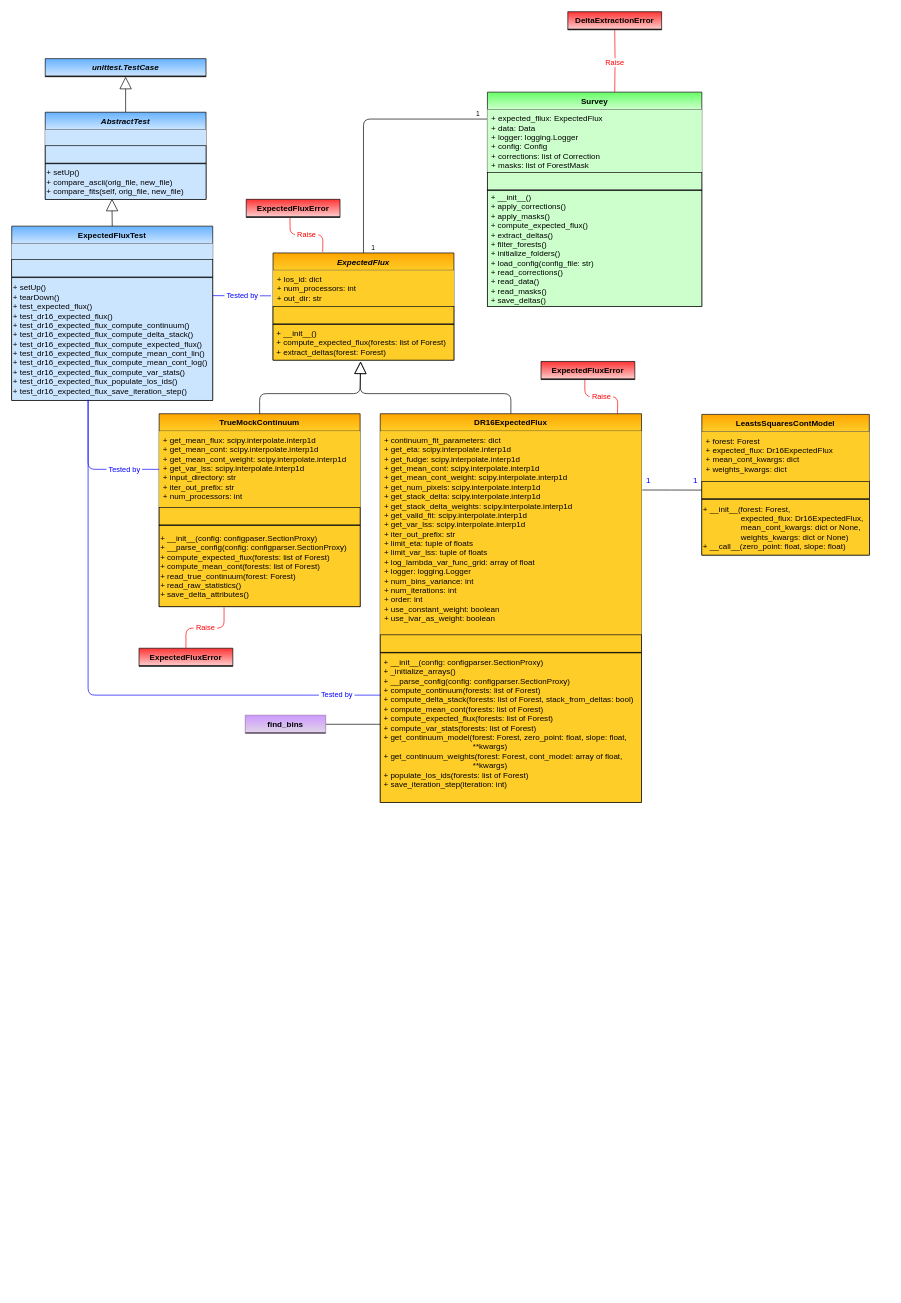
Above: page "ExpectedFlux" (6 of 7) of docs/delta_extraction/data_model/data_model.drawio in igmhub/picca (draw.io), before the change. Source tidied: cells renumbered, new cells numbered last; positions are measured from the earlier drawing's top-left corner, leaving out a move shared by most shapes. Both pictures are drawn from the tidied source at 67%, with x=0, y=0 at pixel (11, 11).
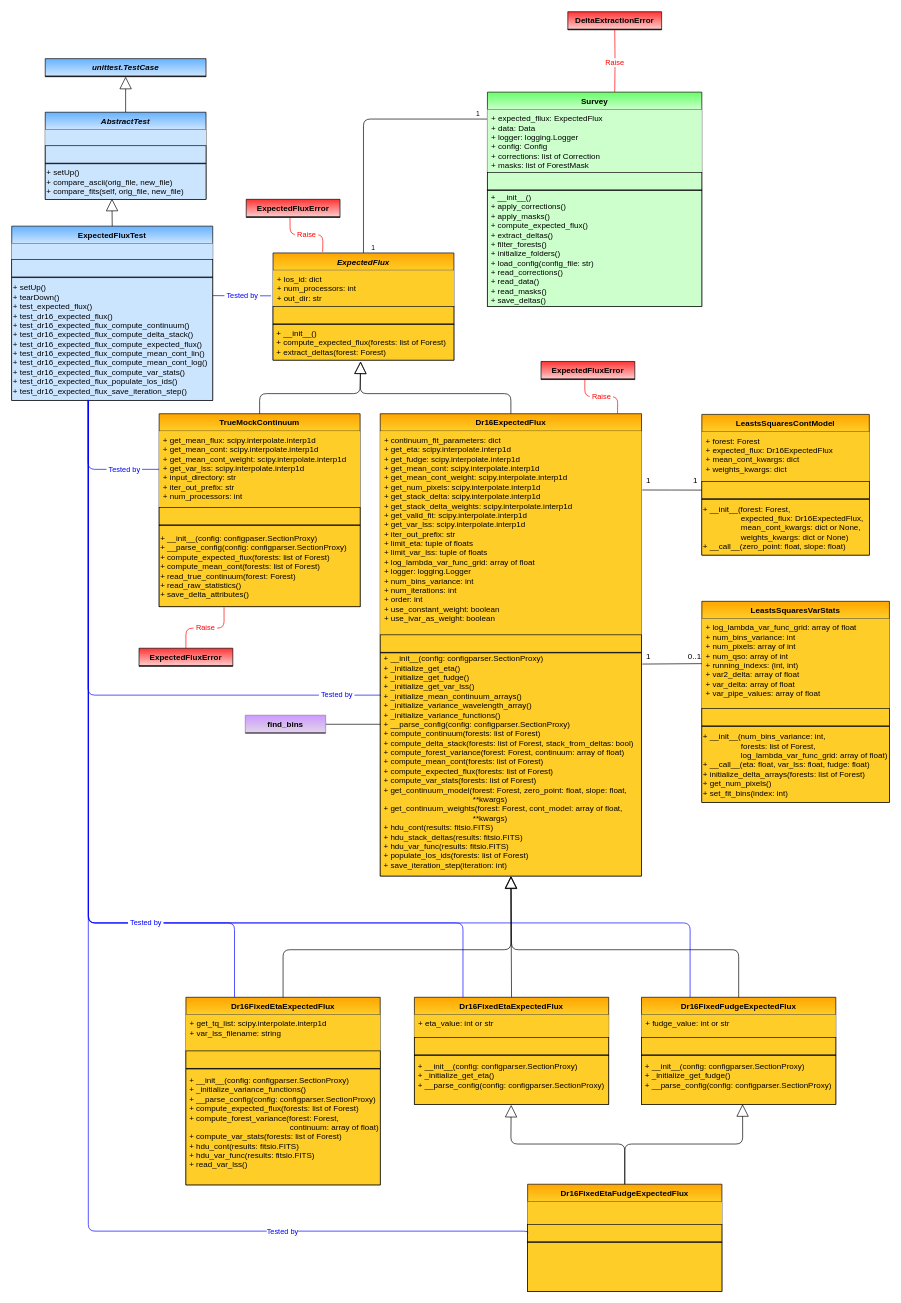
After the change.

Commit message (it also covers changes not shown here):
updated docstrings and data model

Unchanged cells that the change refers to:
```xml
<mxCell id="19" value="+ setUp()&#10;+ tearDown()&#10;+ test_expected_flux()&#10;+ test_dr16_expected_flux()&#10;+ test_dr16_expected_flux_compute_continuum()&#10;+ test_dr16_expected_flux_compute_delta_stack()&#10;+ test_dr16_expected_flux_compute_expected_flux()&#10;+ test_dr16_expected_flux_compute_mean_cont_lin()&#10;+ test_dr16_expected_flux_compute_mean_cont_log()&#10;+ test_dr16_expected_flux_compute_var_stats()&#10;+ test_dr16_expected_flux_populate_los_ids()&#10;+ test_dr16_expected_flux_save_iteration_step()" style="text;strokeColor=#000000;align=left;verticalAlign=middle;overflow=hidden;points=[[0,0.5],[1,0.5]];portConstraint=eastwest;rounded=0;shadow=0;glass=0;comic=0;fontStyle=0;gradientColor=none;swimlaneFillColor=#ffffff;gradientDirection=north;startSize=26;fillColor=#CCE5FF;" parent="15" vertex="1">
  <mxGeometry y="77" width="300" height="183" as="geometry" />
</mxCell>
```

Change to the diagram source:
```diff
@@
+    <mxCell id="74" style="endArrow=none;html=1;edgeStyle=orthogonalEdgeStyle;strokeColor=#0000FF;entryX=0.382;entryY=0.999;entryDx=0;entryDy=0;entryPerimeter=0;exitX=0.25;exitY=0;exitDx=0;exitDy=0;" parent="1" edge="1" source="91" target="19">
+      <mxGeometry x="-0.56" relative="1" as="geometry">
+        <Array as="points">
+          <mxPoint x="1012" y="1360" />
+          <mxPoint x="115" y="1360" />
+        </Array>
+      </mxGeometry>
+    </mxCell>
+    <mxCell id="75" style="html=1;align=left;verticalAlign=bottom;labelBackgroundColor=#ffffff;fontSize=10;" parent="74" vertex="1">
+      <mxGeometry x="-1" relative="1" as="geometry">
+        <mxPoint x="10" as="offset" />
+      </mxGeometry>
+    </mxCell>
+    <mxCell id="76" style="endArrow=none;html=1;edgeStyle=orthogonalEdgeStyle;strokeColor=#0000FF;entryX=0.382;entryY=1.01;entryDx=0;entryDy=0;entryPerimeter=0;exitX=0.25;exitY=0;exitDx=0;exitDy=0;" parent="1" edge="1" source="86" target="19">
+      <mxGeometry x="-0.56" relative="1" as="geometry">
+        <Array as="points">
+          <mxPoint x="674" y="1360" />
+          <mxPoint x="115" y="1360" />
+        </Array>
+      </mxGeometry>
+    </mxCell>
+    <mxCell id="77" style="html=1;align=left;verticalAlign=bottom;labelBackgroundColor=#ffffff;fontSize=10;" parent="76" vertex="1">
+      <mxGeometry x="-1" relative="1" as="geometry">
+        <mxPoint x="10" as="offset" />
+      </mxGeometry>
+    </mxCell>
@@
-    <mxCell id="29" value="DR16ExpectedFlux" style="swimlane;fontStyle=1;horizontal=1;startSize=26;fillColor=#ffcd28;swimlaneFillColor=#ffffff;rounded=0;shadow=0;glass=0;comic=0;strokeColor=#000000;gradientColor=#ffa500;swimlaneLine=1;gradientDirection=north;" parent="1" vertex="1">
-      <mxGeometry x="550" y="600" width="390" height="580" as="geometry" />
+    <mxCell id="29" value="Dr16ExpectedFlux" style="swimlane;fontStyle=1;horizontal=1;startSize=26;fillColor=#ffcd28;swimlaneFillColor=#ffffff;rounded=0;shadow=0;glass=0;comic=0;strokeColor=#000000;gradientColor=#ffa500;swimlaneLine=1;gradientDirection=north;" parent="1" vertex="1">
+      <mxGeometry x="550" y="600" width="390" height="690" as="geometry" />
     </mxCell>
@@
-    <mxCell id="33" value=" + __init__(config: configparser.SectionProxy)&#10; + _initialize_arrays()&#10; + __parse_config(config: configparser.SectionProxy)&#10; + compute_continuum(forests: list of Forest)&#10; + compute_delta_stack(forests: list of Forest, stack_from_deltas: bool)&#10; + compute_mean_cont(forests: list of Forest)&#10; + compute_expected_flux(forests: list of Forest)&#10; + compute_var_stats(forests: list of Forest)&#10; + get_continuum_model(forest: Forest, zero_point: float, slope: float, &#10;                                         **kwargs)&#10; + get_continuum_weights(forest: Forest, cont_model: array of float,&#10;                                         **kwargs)&#10; + populate_los_ids(forests: list of Forest)&#10; + save_iteration_step(iteration: int)&#10;" style="text;strokeColor=#000000;fillColor=#ffcd28;align=left;verticalAlign=middle;overflow=hidden;points=[[0,0.5],[1,0.5]];portConstraint=eastwest;rounded=0;shadow=0;glass=0;comic=0;fontStyle=0;gradientColor=none;swimlaneFillColor=#ffffff;gradientDirection=north;startSize=26;" parent="29" vertex="1">
-      <mxGeometry y="357" width="390" height="223" as="geometry" />
+    <mxCell id="33" value=" + __init__(config: configparser.SectionProxy)&#10; + _initialize_get_eta()&#10; + _initialize_get_fudge()&#10; + _initialize_get_var_lss()&#10; + _initialize_mean_continuum_arrays()&#10; + _initialize_variance_wavelength_array()&#10; + _initialize_variance_functions()&#10; + __parse_config(config: configparser.SectionProxy)&#10; + compute_continuum(forests: list of Forest)&#10; + compute_delta_stack(forests: list of Forest, stack_from_deltas: bool)&#10; + compute_forest_variance(forest: Forest, continuum: array of float)&#10; + compute_mean_cont(forests: list of Forest)&#10; + compute_expected_flux(forests: list of Forest)&#10; + compute_var_stats(forests: list of Forest)&#10; + get_continuum_model(forest: Forest, zero_point: float, slope: float, &#10;                                         **kwargs)&#10; + get_continuum_weights(forest: Forest, cont_model: array of float,&#10;                                         **kwargs)&#10; + hdu_cont(results: fitsio.FITS)&#10; + hdu_stack_deltas(results: fitsio.FITS)&#10; + hdu_var_func(results: fitsio.FITS)&#10; + populate_los_ids(forests: list of Forest)&#10; + save_iteration_step(iteration: int)&#10;" style="text;strokeColor=#000000;fillColor=#ffcd28;align=left;verticalAlign=middle;overflow=hidden;points=[[0,0.5],[1,0.5]];portConstraint=eastwest;rounded=0;shadow=0;glass=0;comic=0;fontStyle=0;gradientColor=none;swimlaneFillColor=#ffffff;gradientDirection=north;startSize=26;" parent="29" vertex="1">
+      <mxGeometry y="357" width="390" height="333" as="geometry" />
     </mxCell>
@@
-    <mxCell id="72" value="1" style="text;html=1;align=center;verticalAlign=middle;strokeColor=none;fillColor=none;fontColor=#0000FF;" parent="1" vertex="1">
+    <mxCell id="72" value="1" style="text;html=1;align=center;verticalAlign=middle;strokeColor=none;fillColor=none;fontColor=#000000;" parent="1" vertex="1">
       <mxGeometry x="940" y="690" width="20" height="20" as="geometry" />
     </mxCell>
-    <mxCell id="73" value="1" style="text;html=1;align=center;verticalAlign=middle;strokeColor=none;fillColor=none;fontColor=#0000FF;" parent="1" vertex="1">
+    <mxCell id="73" value="1" style="text;html=1;align=center;verticalAlign=middle;strokeColor=none;fillColor=none;fontColor=#000000;" parent="1" vertex="1">
       <mxGeometry x="1010" y="690" width="20" height="20" as="geometry" />
     </mxCell>
+    <mxCell id="78" value="LeastsSquaresVarStats" style="swimlane;fontStyle=1;horizontal=1;startSize=26;fillColor=#ffcd28;swimlaneFillColor=#ffffff;rounded=0;shadow=0;glass=0;comic=0;strokeColor=#000000;gradientColor=#ffa500;swimlaneLine=1;gradientDirection=north;" parent="1" vertex="1">
+      <mxGeometry x="1030" y="880" width="280" height="300" as="geometry" />
+    </mxCell>
+    <mxCell id="79" value="+ log_lambda_var_func_grid: array of float&#10;+ num_bins_variance: int&#10;+ num_pixels: array of int&#10;+ num_qso: array of int&#10;+ running_indexs: (int, int)&#10;+ var2_delta: array of float&#10;+ var_delta: array of float&#10;+ var_pipe_values: array of float &#10;" style="text;strokeColor=none;fillColor=#ffcd28;align=left;verticalAlign=top;spacingLeft=4;spacingRight=4;overflow=hidden;points=[[0,0.5],[1,0.5]];portConstraint=eastwest;gradientColor=none;" parent="78" vertex="1">
+      <mxGeometry y="26" width="280" height="134" as="geometry" />
+    </mxCell>
+    <mxCell id="80" style="text;strokeColor=#000000;fillColor=#ffcd28;align=left;verticalAlign=middle;overflow=hidden;rounded=0;shadow=0;glass=0;comic=0;fontStyle=0;gradientColor=none;swimlaneFillColor=#ffffff;gradientDirection=north;startSize=26;" parent="78" vertex="1">
+      <mxGeometry y="160" width="280" height="26" as="geometry" />
+    </mxCell>
+    <mxCell id="81" style="line;strokeWidth=1;fillColor=none;align=left;verticalAlign=middle;spacingTop=-1;spacingLeft=3;spacingRight=3;labelPosition=right;rounded=0;shadow=0;glass=0;comic=0;" parent="78" vertex="1">
+      <mxGeometry y="186" width="280" height="1" as="geometry" />
+    </mxCell>
+    <mxCell id="82" value="+ __init__(num_bins_variance: int,&#10;                 forests: list of Forest,&#10;                 log_lambda_var_func_grid: array of float)&#10;+ __call__(eta: float, var_lss: float, fudge: float)&#10;+ initialize_delta_arrays(forests: list of Forest)&#10;+ get_num_pixels()&#10;+ set_fit_bins(index: int)" style="text;strokeColor=#000000;fillColor=#ffcd28;align=left;verticalAlign=middle;overflow=hidden;rounded=0;shadow=0;glass=0;comic=0;fontStyle=0;gradientColor=none;swimlaneFillColor=#ffffff;gradientDirection=north;startSize=26;" parent="78" vertex="1">
+      <mxGeometry y="187" width="280" height="113" as="geometry" />
+    </mxCell>
+    <mxCell id="83" style="endArrow=none;html=1;rounded=0;fontColor=#000000;entryX=0;entryY=0.5;entryDx=0;entryDy=0;exitX=1.003;exitY=0.05;exitDx=0;exitDy=0;exitPerimeter=0;" parent="1" edge="1" source="33" target="79">
+      <mxGeometry relative="1" as="geometry" />
+    </mxCell>
+    <mxCell id="84" value="1" style="text;html=1;align=center;verticalAlign=middle;strokeColor=none;fillColor=none;fontColor=#000000;" parent="1" vertex="1">
+      <mxGeometry x="940" y="953" width="20" height="20" as="geometry" />
+    </mxCell>
+    <mxCell id="85" value="0..1" style="text;html=1;align=center;verticalAlign=middle;strokeColor=none;fillColor=none;fontColor=#000000;" parent="1" vertex="1">
+      <mxGeometry x="999" y="952" width="40" height="20" as="geometry" />
+    </mxCell>
+    <mxCell id="86" value="Dr16FixedEtaExpectedFlux" style="swimlane;fontStyle=1;horizontal=1;startSize=26;fillColor=#ffcd28;swimlaneFillColor=#ffffff;rounded=0;shadow=0;glass=0;comic=0;strokeColor=#000000;gradientColor=#ffa500;swimlaneLine=1;gradientDirection=north;" parent="1" vertex="1">
+      <mxGeometry x="601" y="1471" width="290" height="160" as="geometry" />
+    </mxCell>
+    <mxCell id="87" value="+ eta_value: int or str" style="text;strokeColor=none;fillColor=#ffcd28;align=left;verticalAlign=top;spacingLeft=4;spacingRight=4;overflow=hidden;gradientColor=none;" parent="86" vertex="1">
+      <mxGeometry y="26" width="290" height="34" as="geometry" />
+    </mxCell>
+    <mxCell id="88" style="text;strokeColor=#000000;fillColor=#ffcd28;align=left;verticalAlign=middle;overflow=hidden;rounded=0;shadow=0;glass=0;comic=0;fontStyle=0;gradientColor=none;swimlaneFillColor=#ffffff;gradientDirection=north;startSize=26;" parent="86" vertex="1">
+      <mxGeometry y="60" width="290" height="26" as="geometry" />
+    </mxCell>
+    <mxCell id="89" style="line;strokeWidth=1;fillColor=none;align=left;verticalAlign=middle;spacingTop=-1;spacingLeft=3;spacingRight=3;labelPosition=right;rounded=0;shadow=0;glass=0;comic=0;" parent="86" vertex="1">
+      <mxGeometry y="86" width="290" height="1" as="geometry" />
+    </mxCell>
+    <mxCell id="90" value=" + __init__(config: configparser.SectionProxy)&#10; + _initialize_get_eta()&#10; + __parse_config(config: configparser.SectionProxy)&#10;" style="text;strokeColor=#000000;fillColor=#ffcd28;align=left;verticalAlign=middle;overflow=hidden;points=[[0,0.5],[1,0.5]];portConstraint=eastwest;rounded=0;shadow=0;glass=0;comic=0;fontStyle=0;gradientColor=none;swimlaneFillColor=#ffffff;gradientDirection=north;startSize=26;" parent="86" vertex="1">
+      <mxGeometry y="87" width="290" height="73" as="geometry" />
+    </mxCell>
+    <mxCell id="91" value="Dr16FixedFudgeExpectedFlux" style="swimlane;fontStyle=1;horizontal=1;startSize=26;fillColor=#ffcd28;swimlaneFillColor=#ffffff;rounded=0;shadow=0;glass=0;comic=0;strokeColor=#000000;gradientColor=#ffa500;swimlaneLine=1;gradientDirection=north;" parent="1" vertex="1">
+      <mxGeometry x="940" y="1471" width="290" height="160" as="geometry" />
+    </mxCell>
+    <mxCell id="92" value="+ fudge_value: int or str" style="text;strokeColor=none;fillColor=#ffcd28;align=left;verticalAlign=top;spacingLeft=4;spacingRight=4;overflow=hidden;gradientColor=none;" parent="91" vertex="1">
+      <mxGeometry y="26" width="290" height="34" as="geometry" />
+    </mxCell>
+    <mxCell id="93" style="text;strokeColor=#000000;fillColor=#ffcd28;align=left;verticalAlign=middle;overflow=hidden;rounded=0;shadow=0;glass=0;comic=0;fontStyle=0;gradientColor=none;swimlaneFillColor=#ffffff;gradientDirection=north;startSize=26;" parent="91" vertex="1">
+      <mxGeometry y="60" width="290" height="26" as="geometry" />
+    </mxCell>
+    <mxCell id="94" style="line;strokeWidth=1;fillColor=none;align=left;verticalAlign=middle;spacingTop=-1;spacingLeft=3;spacingRight=3;labelPosition=right;rounded=0;shadow=0;glass=0;comic=0;" parent="91" vertex="1">
+      <mxGeometry y="86" width="290" height="1" as="geometry" />
+    </mxCell>
+    <mxCell id="95" value=" + __init__(config: configparser.SectionProxy)&#10; + _initialize_get_fudge()&#10; + __parse_config(config: configparser.SectionProxy)&#10;" style="text;strokeColor=#000000;fillColor=#ffcd28;align=left;verticalAlign=middle;overflow=hidden;points=[[0,0.5],[1,0.5]];portConstraint=eastwest;rounded=0;shadow=0;glass=0;comic=0;fontStyle=0;gradientColor=none;swimlaneFillColor=#ffffff;gradientDirection=north;startSize=26;" parent="91" vertex="1">
+      <mxGeometry y="87" width="290" height="73" as="geometry" />
+    </mxCell>
+    <mxCell id="96" value="Dr16FixedEtaFudgeExpectedFlux" style="swimlane;fontStyle=1;horizontal=1;startSize=26;fillColor=#ffcd28;swimlaneFillColor=#ffffff;rounded=0;shadow=0;glass=0;comic=0;strokeColor=#000000;gradientColor=#ffa500;swimlaneLine=1;gradientDirection=north;" parent="1" vertex="1">
+      <mxGeometry x="770" y="1750" width="290" height="160" as="geometry" />
+    </mxCell>
+    <mxCell id="97" style="text;strokeColor=none;fillColor=#ffcd28;align=left;verticalAlign=top;spacingLeft=4;spacingRight=4;overflow=hidden;gradientColor=none;" parent="96" vertex="1">
+      <mxGeometry y="26" width="290" height="34" as="geometry" />
+    </mxCell>
+    <mxCell id="98" style="text;strokeColor=#000000;fillColor=#ffcd28;align=left;verticalAlign=middle;overflow=hidden;points=[[0,0.5],[1,0.5]];portConstraint=eastwest;rounded=0;shadow=0;glass=0;comic=0;fontStyle=0;gradientColor=none;swimlaneFillColor=#ffffff;gradientDirection=north;startSize=26;" parent="96" vertex="1">
+      <mxGeometry y="60" width="290" height="26" as="geometry" />
+    </mxCell>
+    <mxCell id="99" style="line;strokeWidth=1;fillColor=none;align=left;verticalAlign=middle;spacingTop=-1;spacingLeft=3;spacingRight=3;labelPosition=right;rounded=0;shadow=0;glass=0;comic=0;" parent="96" vertex="1">
+      <mxGeometry y="86" width="290" height="1" as="geometry" />
+    </mxCell>
+    <mxCell id="100" style="text;strokeColor=#000000;fillColor=#ffcd28;align=left;verticalAlign=middle;overflow=hidden;rounded=0;shadow=0;glass=0;comic=0;fontStyle=0;gradientColor=none;swimlaneFillColor=#ffffff;gradientDirection=north;startSize=26;" parent="96" vertex="1">
+      <mxGeometry y="87" width="290" height="73" as="geometry" />
+    </mxCell>
+    <mxCell id="101" value="Dr16FixedEtaExpectedFlux" style="swimlane;fontStyle=1;horizontal=1;startSize=26;fillColor=#ffcd28;swimlaneFillColor=#ffffff;rounded=0;shadow=0;glass=0;comic=0;strokeColor=#000000;gradientColor=#ffa500;swimlaneLine=1;gradientDirection=north;" parent="1" vertex="1">
+      <mxGeometry x="260" y="1471" width="290" height="280" as="geometry" />
+    </mxCell>
+    <mxCell id="102" value="+ get_tq_list: scipy.interpolate.interp1d&#10;+ var_lss_filename: string" style="text;strokeColor=none;fillColor=#ffcd28;align=left;verticalAlign=top;spacingLeft=4;spacingRight=4;overflow=hidden;gradientColor=none;" parent="101" vertex="1">
+      <mxGeometry y="26" width="290" height="54" as="geometry" />
+    </mxCell>
+    <mxCell id="103" style="text;strokeColor=#000000;fillColor=#ffcd28;align=left;verticalAlign=middle;overflow=hidden;rounded=0;shadow=0;glass=0;comic=0;fontStyle=0;gradientColor=none;swimlaneFillColor=#ffffff;gradientDirection=north;startSize=26;" parent="101" vertex="1">
+      <mxGeometry y="80" width="290" height="26" as="geometry" />
+    </mxCell>
+    <mxCell id="104" style="line;strokeWidth=1;fillColor=none;align=left;verticalAlign=middle;spacingTop=-1;spacingLeft=3;spacingRight=3;labelPosition=right;rounded=0;shadow=0;glass=0;comic=0;" parent="101" vertex="1">
+      <mxGeometry y="106" width="290" height="1" as="geometry" />
+    </mxCell>
+    <mxCell id="105" value=" + __init__(config: configparser.SectionProxy)&#10; + _initialize_variance_functions()&#10; + __parse_config(config: configparser.SectionProxy)&#10; + compute_expected_flux(forests: list of Forest)&#10; + compute_forest_variance(forest: Forest, &#10;                                              continuum: array of float)&#10; + compute_var_stats(forests: list of Forest)&#10; + hdu_cont(results: fitsio.FITS)&#10; + hdu_var_func(results: fitsio.FITS)&#10; + read_var_lss()&#10;" style="text;strokeColor=#000000;fillColor=#ffcd28;align=left;verticalAlign=middle;overflow=hidden;rounded=0;shadow=0;glass=0;comic=0;fontStyle=0;gradientColor=none;swimlaneFillColor=#ffffff;gradientDirection=north;startSize=26;" parent="101" vertex="1">
+      <mxGeometry y="107" width="290" height="173" as="geometry" />
+    </mxCell>
+    <mxCell id="106" style="endArrow=block;endSize=16;endFill=0;html=1;exitX=0.5;exitY=0;exitDx=0;exitDy=0;entryX=0.5;entryY=1;entryDx=0;entryDy=0;" parent="1" edge="1" source="86" target="29">
+      <mxGeometry relative="1" as="geometry" />
+    </mxCell>
+    <mxCell id="107" style="endArrow=block;endSize=16;endFill=0;html=1;exitX=0.5;exitY=0;exitDx=0;exitDy=0;entryX=0.5;entryY=1.001;entryDx=0;entryDy=0;entryPerimeter=0;" parent="1" edge="1" source="91" target="33">
+      <mxGeometry relative="1" as="geometry">
+        <Array as="points">
+          <mxPoint x="1085" y="1400" />
+          <mxPoint x="746" y="1400" />
+        </Array>
+      </mxGeometry>
+    </mxCell>
+    <mxCell id="108" style="endArrow=block;endSize=16;endFill=0;html=1;exitX=0.5;exitY=0;exitDx=0;exitDy=0;entryX=0.501;entryY=1.002;entryDx=0;entryDy=0;entryPerimeter=0;" parent="1" edge="1" source="101" target="33">
+      <mxGeometry relative="1" as="geometry">
+        <Array as="points">
+          <mxPoint x="405" y="1400" />
+          <mxPoint x="745" y="1400" />
+        </Array>
+      </mxGeometry>
+    </mxCell>
+    <mxCell id="109" style="endArrow=block;endSize=16;endFill=0;html=1;exitX=0.5;exitY=0;exitDx=0;exitDy=0;entryX=0.498;entryY=1.008;entryDx=0;entryDy=0;entryPerimeter=0;" parent="1" edge="1" source="96" target="90">
+      <mxGeometry relative="1" as="geometry">
+        <Array as="points">
+          <mxPoint x="915" y="1690" />
+          <mxPoint x="745" y="1690" />
+        </Array>
+      </mxGeometry>
+    </mxCell>
+    <mxCell id="110" style="endArrow=block;endSize=16;endFill=0;html=1;exitX=0.5;exitY=0;exitDx=0;exitDy=0;entryX=0.52;entryY=0.994;entryDx=0;entryDy=0;entryPerimeter=0;" parent="1" edge="1" source="96" target="95">
+      <mxGeometry relative="1" as="geometry">
+        <Array as="points">
+          <mxPoint x="915" y="1690" />
+          <mxPoint x="1091" y="1690" />
+        </Array>
+      </mxGeometry>
+    </mxCell>
+    <mxCell id="111" value="&lt;font color=&quot;#0000ff&quot;&gt;&amp;nbsp;Tested by&amp;nbsp;&lt;/font&gt;" style="endArrow=none;html=1;edgeStyle=orthogonalEdgeStyle;strokeColor=#0000FF;entryX=0.38;entryY=1.004;entryDx=0;entryDy=0;entryPerimeter=0;exitX=0.25;exitY=0;exitDx=0;exitDy=0;" parent="1" edge="1" source="101" target="19">
+      <mxGeometry x="-0.56" relative="1" as="geometry">
+        <Array as="points">
+          <mxPoint x="332" y="1360" />
+          <mxPoint x="114" y="1360" />
+        </Array>
+      </mxGeometry>
+    </mxCell>
+    <mxCell id="112" style="html=1;align=left;verticalAlign=bottom;labelBackgroundColor=#ffffff;fontSize=10;" parent="111" vertex="1">
+      <mxGeometry x="-1" relative="1" as="geometry">
+        <mxPoint x="10" as="offset" />
+      </mxGeometry>
+    </mxCell>
+    <mxCell id="113" style="endArrow=none;html=1;edgeStyle=orthogonalEdgeStyle;strokeColor=#0000FF;entryX=0.381;entryY=1.003;entryDx=0;entryDy=0;entryPerimeter=0;exitX=0;exitY=0.5;exitDx=0;exitDy=0;" parent="1" edge="1" source="98" target="19">
+      <mxGeometry x="-0.56" relative="1" as="geometry">
+        <Array as="points">
+          <mxPoint x="770" y="1820" />
+          <mxPoint x="114" y="1820" />
+        </Array>
+      </mxGeometry>
+    </mxCell>
+    <mxCell id="114" style="html=1;align=left;verticalAlign=bottom;labelBackgroundColor=#ffffff;fontSize=10;" parent="113" vertex="1">
+      <mxGeometry x="-1" relative="1" as="geometry">
+        <mxPoint x="10" as="offset" />
+      </mxGeometry>
+    </mxCell>
+    <mxCell id="115" value="&lt;font color=&quot;#0000ff&quot;&gt;Tested by&lt;/font&gt;" style="edgeLabel;html=1;align=center;verticalAlign=middle;fontColor=#000000;" parent="113" vertex="1">
+      <mxGeometry x="-0.61" relative="1" as="geometry" />
+    </mxCell>
```
